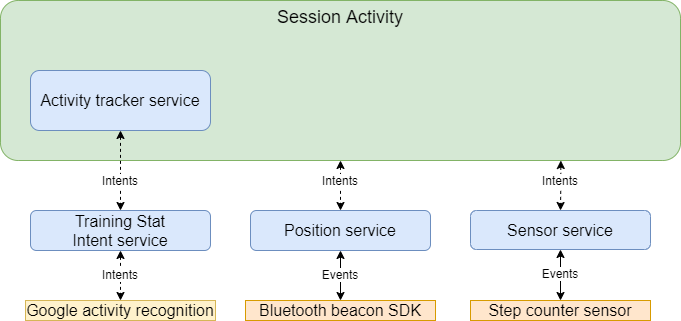
This is Documentation/images/SessionActivityStructure.png from CarmeloAparo/TrainingStat, a draw.io export, as it was before one commit. Source tidied: cells renumbered, new cells last; positions are measured from the earlier drawing's top-left corner, leaving out a move shared by most shapes.
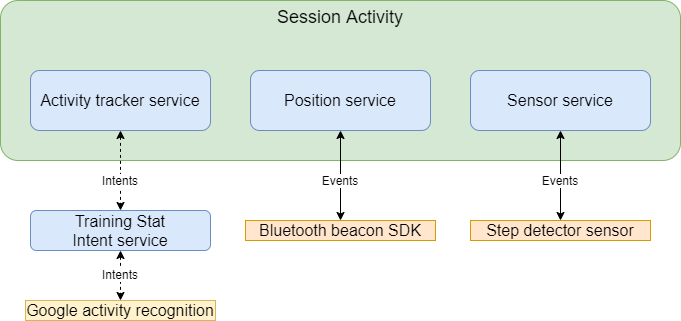
Later version of the same file.

What changed in the source:
```diff
@@ -15,29 +15,32 @@
       <mxGeometry relative="1" as="geometry" />
     </mxCell>
     <mxCell id="6" value="Sensor service" style="rounded=1;whiteSpace=wrap;html=1;align=center;fontSize=16;fillColor=#dae8fc;strokeColor=#6c8ebf;" parent="1" vertex="1">
-      <mxGeometry x="470" y="210" width="180" height="39" as="geometry" />
+      <mxGeometry x="470" y="70" width="180" height="60" as="geometry" />
     </mxCell>
     <mxCell id="7" style="edgeStyle=orthogonalEdgeStyle;rounded=0;jettySize=auto;html=1;fontSize=16;startArrow=classic;startFill=1;" parent="1" edge="1" source="8" target="12">
       <mxGeometry relative="1" as="geometry" />
     </mxCell>
     <mxCell id="8" value="Position service" style="rounded=1;whiteSpace=wrap;html=1;align=center;fontSize=16;fillColor=#dae8fc;strokeColor=#6c8ebf;" parent="1" vertex="1">
-      <mxGeometry x="250" y="210" width="180" height="40" as="geometry" />
+      <mxGeometry x="250" y="70" width="180" height="60" as="geometry" />
     </mxCell>
     <mxCell id="9" value="Intents" style="text;html=1;strokeColor=none;fillColor=none;align=center;verticalAlign=middle;whiteSpace=wrap;rounded=0;labelBackgroundColor=#ffffff;" parent="1" vertex="1">
       <mxGeometry x="100" y="170" width="40" height="20" as="geometry" />
     </mxCell>
-    <mxCell id="10" value="Step counter sensor" style="text;html=1;strokeColor=#d79b00;fillColor=#ffe6cc;align=center;verticalAlign=middle;whiteSpace=wrap;rounded=0;fontSize=16;" parent="1" vertex="1">
-      <mxGeometry x="470" y="300" width="180" height="20" as="geometry" />
+    <mxCell id="10" value="Step detector sensor" style="text;html=1;strokeColor=#d79b00;fillColor=#ffe6cc;align=center;verticalAlign=middle;whiteSpace=wrap;rounded=0;fontSize=16;" parent="1" vertex="1">
+      <mxGeometry x="470" y="220" width="180" height="20" as="geometry" />
     </mxCell>
     <mxCell id="11" value="Google activity recognition" style="text;html=1;strokeColor=#d6b656;fillColor=#fff2cc;align=center;verticalAlign=middle;whiteSpace=wrap;rounded=0;fontSize=16;" parent="1" vertex="1">
       <mxGeometry x="25" y="300" width="190" height="20" as="geometry" />
     </mxCell>
     <mxCell id="12" value="Bluetooth beacon SDK" style="text;html=1;strokeColor=#d79b00;fillColor=#ffe6cc;align=center;verticalAlign=middle;whiteSpace=wrap;rounded=0;fontSize=16;" parent="1" vertex="1">
-      <mxGeometry x="245" y="300" width="190" height="20" as="geometry" />
+      <mxGeometry x="245" y="220" width="190" height="20" as="geometry" />
     </mxCell>
     <mxCell id="13" value="Events" style="text;html=1;strokeColor=none;fillColor=none;align=center;verticalAlign=middle;whiteSpace=wrap;rounded=0;labelBackgroundColor=#ffffff;" parent="1" vertex="1">
-      <mxGeometry x="540" y="263" width="40" height="20" as="geometry" />
+      <mxGeometry x="540" y="170" width="40" height="20" as="geometry" />
     </mxCell>
+    <mxCell id="17" value="Events" style="text;html=1;strokeColor=none;fillColor=none;align=center;verticalAlign=middle;whiteSpace=wrap;rounded=0;labelBackgroundColor=#ffffff;" parent="1" vertex="1">
+      <mxGeometry x="320" y="170" width="40" height="20" as="geometry" />
+    </mxCell>
     <mxCell id="14" value="Training Stat&lt;br&gt;Intent service" style="rounded=1;whiteSpace=wrap;html=1;align=center;fontSize=16;fillColor=#dae8fc;strokeColor=#6c8ebf;" parent="1" vertex="1">
       <mxGeometry x="30" y="210" width="180" height="40" as="geometry" />
     </mxCell>
@@ -47,20 +50,5 @@
     <mxCell id="16" value="Intents" style="text;html=1;strokeColor=none;fillColor=none;align=center;verticalAlign=middle;whiteSpace=wrap;rounded=0;labelBackgroundColor=#ffffff;" parent="1" vertex="1">
       <mxGeometry x="100" y="264" width="40" height="20" as="geometry" />
     </mxCell>
-    <mxCell id="17" value="Events" style="text;html=1;strokeColor=none;fillColor=none;align=center;verticalAlign=middle;whiteSpace=wrap;rounded=0;labelBackgroundColor=#ffffff;" parent="1" vertex="1">
-      <mxGeometry x="320" y="264" width="40" height="20" as="geometry" />
-    </mxCell>
-    <mxCell id="18" style="edgeStyle=orthogonalEdgeStyle;rounded=0;jettySize=auto;html=1;fontSize=16;dashed=1;startArrow=classic;startFill=1;entryX=0.5;entryY=0;entryDx=0;entryDy=0;" parent="1" edge="1" source="2" target="8">
-      <mxGeometry relative="1" as="geometry" />
-    </mxCell>
-    <mxCell id="19" style="edgeStyle=orthogonalEdgeStyle;rounded=0;jettySize=auto;html=1;fontSize=16;dashed=1;startArrow=classic;startFill=1;exitX=0.824;exitY=1;exitDx=0;exitDy=0;exitPerimeter=0;" parent="1" edge="1" source="2" target="6">
-      <mxGeometry relative="1" as="geometry" />
-    </mxCell>
-    <mxCell id="20" value="Intents" style="text;html=1;strokeColor=none;fillColor=none;align=center;verticalAlign=middle;whiteSpace=wrap;rounded=0;labelBackgroundColor=#ffffff;" parent="1" vertex="1">
-      <mxGeometry x="320" y="170" width="40" height="20" as="geometry" />
-    </mxCell>
-    <mxCell id="21" value="Intents" style="text;html=1;strokeColor=none;fillColor=none;align=center;verticalAlign=middle;whiteSpace=wrap;rounded=0;labelBackgroundColor=#ffffff;" parent="1" vertex="1">
-      <mxGeometry x="540" y="170" width="40" height="20" as="geometry" />
-    </mxCell>
   </root>
 </mxGraphModel>
```
